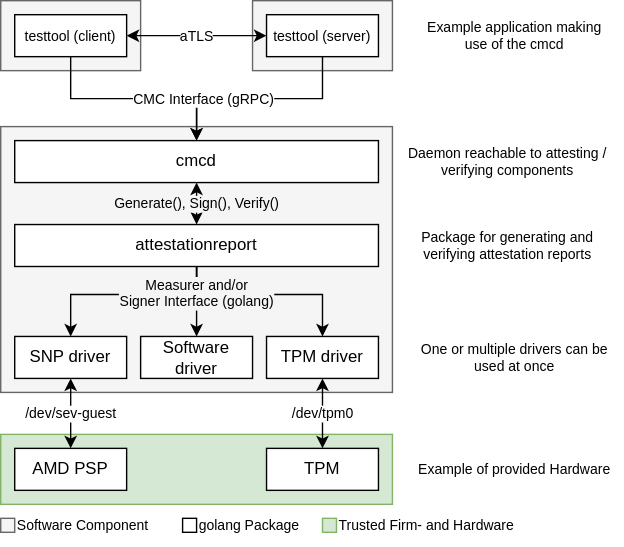
This is doc/architecture.drawio.svg from Fraunhofer-AISEC/cmc, a draw.io export, as it was before one commit. Source tidied: cells renumbered, new cells last; positions are measured from the earlier drawing's top-left corner, leaving out a move shared by most shapes. The source it was exported from:
```xml
<mxGraphModel>
  <root>
    <mxCell id="0" />
    <mxCell id="1" parent="0" />
    <mxCell id="2" style="rounded=0;whiteSpace=wrap;html=1;fontSize=10;fillColor=#d5e8d4;strokeColor=#82b366;" parent="1" vertex="1">
      <mxGeometry y="310" width="280" height="50" as="geometry" />
    </mxCell>
    <mxCell id="3" style="rounded=0;whiteSpace=wrap;html=1;fontSize=10;fillColor=#f5f5f5;fontColor=#333333;strokeColor=#666666;" parent="1" vertex="1">
      <mxGeometry width="100" height="50" as="geometry" />
    </mxCell>
    <mxCell id="4" style="rounded=0;whiteSpace=wrap;html=1;fontSize=10;fillColor=#f5f5f5;fontColor=#333333;strokeColor=#666666;" parent="1" vertex="1">
      <mxGeometry x="180" width="100" height="50" as="geometry" />
    </mxCell>
    <mxCell id="5" style="rounded=0;whiteSpace=wrap;html=1;fontSize=10;fillColor=#f5f5f5;fontColor=#333333;strokeColor=#666666;" parent="1" vertex="1">
      <mxGeometry y="90" width="280" height="190" as="geometry" />
    </mxCell>
    <mxCell id="6" style="edgeStyle=orthogonalEdgeStyle;rounded=0;jettySize=auto;html=1;exitX=0.5;exitY=1;exitDx=0;exitDy=0;entryX=0.5;entryY=0;entryDx=0;entryDy=0;" parent="1" edge="1" source="24" target="12">
      <mxGeometry relative="1" as="geometry" />
    </mxCell>
    <mxCell id="7" style="edgeStyle=orthogonalEdgeStyle;rounded=0;jettySize=auto;html=1;exitX=0.5;exitY=1;exitDx=0;exitDy=0;entryX=0.5;entryY=0;entryDx=0;entryDy=0;" parent="1" edge="1" source="24" target="14">
      <mxGeometry relative="1" as="geometry">
        <Array as="points">
          <mxPoint x="140" y="210" />
          <mxPoint x="230" y="210" />
        </Array>
      </mxGeometry>
    </mxCell>
    <mxCell id="8" value="Generate(), Sign(), Verify()" style="edgeStyle=orthogonalEdgeStyle;rounded=0;jettySize=auto;html=1;exitX=0.5;exitY=1;exitDx=0;exitDy=0;entryX=0.5;entryY=0;entryDx=0;entryDy=0;fontSize=10;startArrow=classic;startFill=1;labelBackgroundColor=#F5F5F5;" parent="1" edge="1" source="9" target="24">
      <mxGeometry relative="1" as="geometry" />
    </mxCell>
    <mxCell id="9" value="cmcd" style="rounded=0;whiteSpace=wrap;html=1;" parent="1" vertex="1">
      <mxGeometry x="10" y="100" width="260" height="30" as="geometry" />
    </mxCell>
    <mxCell id="10" value="/dev/sev-guest" style="edgeStyle=orthogonalEdgeStyle;rounded=0;jettySize=auto;html=1;exitX=0.5;exitY=1;exitDx=0;exitDy=0;entryX=0.5;entryY=0;entryDx=0;entryDy=0;labelBackgroundColor=#FFFFFF;fontSize=10;startArrow=classic;startFill=1;" parent="1" edge="1" source="11" target="30">
      <mxGeometry relative="1" as="geometry" />
    </mxCell>
    <mxCell id="11" value="SNP driver" style="rounded=0;whiteSpace=wrap;html=1;" parent="1" vertex="1">
      <mxGeometry x="10" y="240" width="80" height="30" as="geometry" />
    </mxCell>
    <mxCell id="12" value="Software driver" style="rounded=0;whiteSpace=wrap;html=1;" parent="1" vertex="1">
      <mxGeometry x="100" y="240" width="80" height="30" as="geometry" />
    </mxCell>
    <mxCell id="13" value="/dev/tpm0" style="edgeStyle=orthogonalEdgeStyle;rounded=0;jettySize=auto;html=1;exitX=0.5;exitY=1;exitDx=0;exitDy=0;entryX=0.5;entryY=0;entryDx=0;entryDy=0;labelBackgroundColor=#FFFFFF;fontSize=10;startArrow=classic;startFill=1;" parent="1" edge="1" source="14" target="29">
      <mxGeometry relative="1" as="geometry" />
    </mxCell>
    <mxCell id="14" value="TPM driver" style="rounded=0;whiteSpace=wrap;html=1;" parent="1" vertex="1">
      <mxGeometry x="190" y="240" width="80" height="30" as="geometry" />
    </mxCell>
    <mxCell id="15" value="One or multiple drivers can be used at once" style="text;html=1;strokeColor=none;fillColor=none;align=center;verticalAlign=middle;whiteSpace=wrap;rounded=0;fontSize=10;" parent="1" vertex="1">
      <mxGeometry x="290" y="240" width="155" height="30" as="geometry" />
    </mxCell>
    <mxCell id="16" style="edgeStyle=orthogonalEdgeStyle;rounded=0;jettySize=auto;html=1;exitX=0.5;exitY=1;exitDx=0;exitDy=0;entryX=0.5;entryY=0;entryDx=0;entryDy=0;fontSize=10;" parent="1" edge="1" source="18" target="9">
      <mxGeometry relative="1" as="geometry" />
    </mxCell>
    <mxCell id="17" value="aTLS" style="edgeStyle=orthogonalEdgeStyle;rounded=0;jettySize=auto;html=1;exitX=1;exitY=0.5;exitDx=0;exitDy=0;entryX=0;entryY=0.5;entryDx=0;entryDy=0;fontSize=10;startArrow=classic;startFill=1;" parent="1" edge="1" source="18" target="19">
      <mxGeometry relative="1" as="geometry" />
    </mxCell>
    <mxCell id="18" value="testtool (client)" style="rounded=0;whiteSpace=wrap;html=1;fontSize=10;" parent="1" vertex="1">
      <mxGeometry x="10" y="10" width="80" height="30" as="geometry" />
    </mxCell>
    <mxCell id="19" value="testtool (server)" style="rounded=0;whiteSpace=wrap;html=1;fontSize=10;" parent="1" vertex="1">
      <mxGeometry x="190" y="10" width="80" height="30" as="geometry" />
    </mxCell>
    <mxCell id="20" value="CMC Interface (gRPC)" style="edgeStyle=orthogonalEdgeStyle;rounded=0;jettySize=auto;html=1;exitX=0.5;exitY=1;exitDx=0;exitDy=0;entryX=0.5;entryY=0;entryDx=0;entryDy=0;fontSize=10;" parent="1" edge="1" source="19" target="9">
      <mxGeometry x="0.54" relative="1" as="geometry" />
    </mxCell>
    <mxCell id="21" value="Daemon reachable to attesting / verifying components" style="text;html=1;strokeColor=none;fillColor=none;align=center;verticalAlign=middle;whiteSpace=wrap;rounded=0;fontSize=10;" parent="1" vertex="1">
      <mxGeometry x="290" y="100" width="145" height="30" as="geometry" />
    </mxCell>
    <mxCell id="22" value="Example application making use of the cmcd" style="text;html=1;strokeColor=none;fillColor=none;align=center;verticalAlign=middle;whiteSpace=wrap;rounded=0;fontSize=10;" parent="1" vertex="1">
      <mxGeometry x="295" y="10" width="145" height="30" as="geometry" />
    </mxCell>
    <mxCell id="23" value="&lt;div style=&quot;font-size: 10px;&quot;&gt;&lt;font style=&quot;font-size: 10px;&quot;&gt;Measurer and/or &lt;br style=&quot;font-size: 10px;&quot;&gt;&lt;/font&gt;&lt;/div&gt;&lt;div style=&quot;font-size: 10px;&quot;&gt;&lt;font style=&quot;font-size: 10px;&quot;&gt;Signer Interface (golang)&lt;br style=&quot;font-size: 10px;&quot;&gt;&lt;/font&gt;&lt;/div&gt;" style="edgeStyle=orthogonalEdgeStyle;rounded=0;jettySize=auto;html=1;exitX=0.5;exitY=1;exitDx=0;exitDy=0;fontSize=10;labelBackgroundColor=#F5F5F5;" parent="1" edge="1" source="24" target="11">
      <mxGeometry x="-0.73" relative="1" as="geometry">
        <Array as="points">
          <mxPoint x="140" y="210" />
          <mxPoint x="50" y="210" />
        </Array>
      </mxGeometry>
    </mxCell>
    <mxCell id="24" value="attestationreport" style="rounded=0;whiteSpace=wrap;html=1;" parent="1" vertex="1">
      <mxGeometry x="10" y="160" width="260" height="30" as="geometry" />
    </mxCell>
    <mxCell id="25" style="rounded=0;whiteSpace=wrap;html=1;fontSize=10;fillColor=#f5f5f5;fontColor=#333333;strokeColor=#666666;" parent="1" vertex="1">
      <mxGeometry y="370" width="10" height="10" as="geometry" />
    </mxCell>
    <mxCell id="26" value="Software Component" style="text;html=1;strokeColor=none;fillColor=none;align=left;verticalAlign=middle;whiteSpace=wrap;rounded=0;fontSize=10;" parent="1" vertex="1">
      <mxGeometry x="10" y="360" width="100" height="30" as="geometry" />
    </mxCell>
    <mxCell id="27" style="rounded=0;whiteSpace=wrap;html=1;fontSize=10;" parent="1" vertex="1">
      <mxGeometry x="130" y="370" width="10" height="10" as="geometry" />
    </mxCell>
    <mxCell id="28" value="golang Package" style="text;html=1;strokeColor=none;fillColor=none;align=left;verticalAlign=middle;whiteSpace=wrap;rounded=0;fontSize=10;" parent="1" vertex="1">
      <mxGeometry x="140" y="360" width="80" height="30" as="geometry" />
    </mxCell>
    <mxCell id="29" value="TPM" style="rounded=0;whiteSpace=wrap;html=1;" parent="1" vertex="1">
      <mxGeometry x="190" y="320" width="80" height="30" as="geometry" />
    </mxCell>
    <mxCell id="30" value="AMD PSP" style="rounded=0;whiteSpace=wrap;html=1;" parent="1" vertex="1">
      <mxGeometry x="10" y="320" width="80" height="30" as="geometry" />
    </mxCell>
    <mxCell id="31" style="rounded=0;whiteSpace=wrap;html=1;fontSize=10;fillColor=#d5e8d4;strokeColor=#82b366;" parent="1" vertex="1">
      <mxGeometry x="230" y="370" width="10" height="10" as="geometry" />
    </mxCell>
    <mxCell id="32" value="Trusted Firm- and Hardware" style="text;html=1;strokeColor=none;fillColor=none;align=left;verticalAlign=middle;whiteSpace=wrap;rounded=0;fontSize=10;" parent="1" vertex="1">
      <mxGeometry x="240" y="360" width="130" height="30" as="geometry" />
    </mxCell>
    <mxCell id="33" value="Package for generating and verifying attestation reports" style="text;html=1;strokeColor=none;fillColor=none;align=center;verticalAlign=middle;whiteSpace=wrap;rounded=0;fontSize=10;" parent="1" vertex="1">
      <mxGeometry x="290" y="160" width="145" height="30" as="geometry" />
    </mxCell>
    <mxCell id="34" value="Example of provided Hardware" style="text;html=1;strokeColor=none;fillColor=none;align=center;verticalAlign=middle;whiteSpace=wrap;rounded=0;fontSize=10;" parent="1" vertex="1">
      <mxGeometry x="290" y="320" width="155" height="30" as="geometry" />
    </mxCell>
  </root>
</mxGraphModel>
```
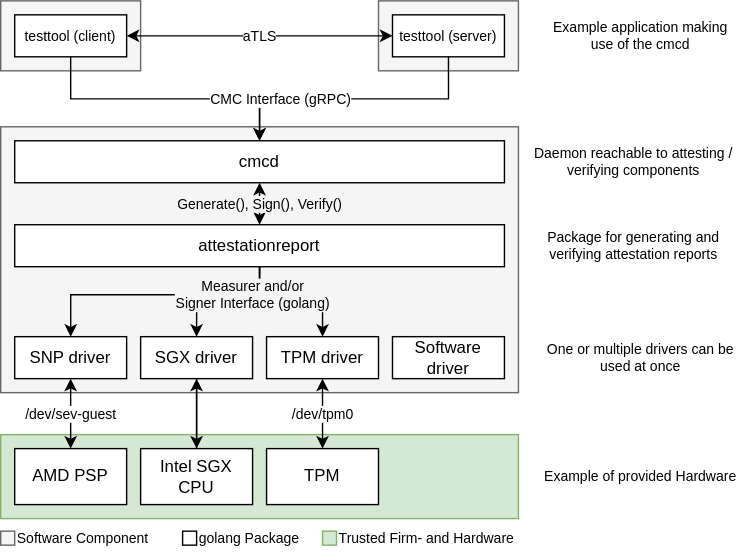
After the change.

The edit, as a diff of the source:
```diff
@@ -3,16 +3,16 @@
     <mxCell id="0" />
     <mxCell id="1" parent="0" />
     <mxCell id="2" style="rounded=0;whiteSpace=wrap;html=1;fontSize=10;fillColor=#d5e8d4;strokeColor=#82b366;" parent="1" vertex="1">
-      <mxGeometry y="310" width="280" height="50" as="geometry" />
+      <mxGeometry y="310" width="370" height="60" as="geometry" />
     </mxCell>
     <mxCell id="3" style="rounded=0;whiteSpace=wrap;html=1;fontSize=10;fillColor=#f5f5f5;fontColor=#333333;strokeColor=#666666;" parent="1" vertex="1">
       <mxGeometry width="100" height="50" as="geometry" />
     </mxCell>
     <mxCell id="4" style="rounded=0;whiteSpace=wrap;html=1;fontSize=10;fillColor=#f5f5f5;fontColor=#333333;strokeColor=#666666;" parent="1" vertex="1">
-      <mxGeometry x="180" width="100" height="50" as="geometry" />
+      <mxGeometry x="270" width="100" height="50" as="geometry" />
     </mxCell>
     <mxCell id="5" style="rounded=0;whiteSpace=wrap;html=1;fontSize=10;fillColor=#f5f5f5;fontColor=#333333;strokeColor=#666666;" parent="1" vertex="1">
-      <mxGeometry y="90" width="280" height="190" as="geometry" />
+      <mxGeometry y="90" width="370" height="190" as="geometry" />
     </mxCell>
     <mxCell id="6" style="edgeStyle=orthogonalEdgeStyle;rounded=0;jettySize=auto;html=1;exitX=0.5;exitY=1;exitDx=0;exitDy=0;entryX=0.5;entryY=0;entryDx=0;entryDy=0;" parent="1" edge="1" source="24" target="12">
       <mxGeometry relative="1" as="geometry" />
@@ -20,7 +20,7 @@
     <mxCell id="7" style="edgeStyle=orthogonalEdgeStyle;rounded=0;jettySize=auto;html=1;exitX=0.5;exitY=1;exitDx=0;exitDy=0;entryX=0.5;entryY=0;entryDx=0;entryDy=0;" parent="1" edge="1" source="24" target="14">
       <mxGeometry relative="1" as="geometry">
         <Array as="points">
-          <mxPoint x="140" y="210" />
+          <mxPoint x="185" y="210" />
           <mxPoint x="230" y="210" />
         </Array>
       </mxGeometry>
@@ -29,7 +29,7 @@
       <mxGeometry relative="1" as="geometry" />
     </mxCell>
     <mxCell id="9" value="cmcd" style="rounded=0;whiteSpace=wrap;html=1;" parent="1" vertex="1">
-      <mxGeometry x="10" y="100" width="260" height="30" as="geometry" />
+      <mxGeometry x="10" y="100" width="350" height="30" as="geometry" />
     </mxCell>
     <mxCell id="10" value="/dev/sev-guest" style="edgeStyle=orthogonalEdgeStyle;rounded=0;jettySize=auto;html=1;exitX=0.5;exitY=1;exitDx=0;exitDy=0;entryX=0.5;entryY=0;entryDx=0;entryDy=0;labelBackgroundColor=#FFFFFF;fontSize=10;startArrow=classic;startFill=1;" parent="1" edge="1" source="11" target="30">
       <mxGeometry relative="1" as="geometry" />
@@ -37,7 +37,10 @@
     <mxCell id="11" value="SNP driver" style="rounded=0;whiteSpace=wrap;html=1;" parent="1" vertex="1">
       <mxGeometry x="10" y="240" width="80" height="30" as="geometry" />
     </mxCell>
+    <mxCell id="35" style="edgeStyle=orthogonalEdgeStyle;rounded=0;jettySize=auto;html=1;exitX=0.5;exitY=1;exitDx=0;exitDy=0;entryX=0.5;entryY=0;entryDx=0;entryDy=0;" parent="1" edge="1" source="12" target="37">
+      <mxGeometry relative="1" as="geometry" />
+    </mxCell>
-    <mxCell id="12" value="Software driver" style="rounded=0;whiteSpace=wrap;html=1;" parent="1" vertex="1">
+    <mxCell id="12" value="SGX driver" style="rounded=0;whiteSpace=wrap;html=1;" parent="1" vertex="1">
       <mxGeometry x="100" y="240" width="80" height="30" as="geometry" />
     </mxCell>
     <mxCell id="13" value="/dev/tpm0" style="edgeStyle=orthogonalEdgeStyle;rounded=0;jettySize=auto;html=1;exitX=0.5;exitY=1;exitDx=0;exitDy=0;entryX=0.5;entryY=0;entryDx=0;entryDy=0;labelBackgroundColor=#FFFFFF;fontSize=10;startArrow=classic;startFill=1;" parent="1" edge="1" source="14" target="29">
@@ -47,7 +50,7 @@
       <mxGeometry x="190" y="240" width="80" height="30" as="geometry" />
     </mxCell>
     <mxCell id="15" value="One or multiple drivers can be used at once" style="text;html=1;strokeColor=none;fillColor=none;align=center;verticalAlign=middle;whiteSpace=wrap;rounded=0;fontSize=10;" parent="1" vertex="1">
-      <mxGeometry x="290" y="240" width="155" height="30" as="geometry" />
+      <mxGeometry x="380" y="240" width="155" height="30" as="geometry" />
     </mxCell>
     <mxCell id="16" style="edgeStyle=orthogonalEdgeStyle;rounded=0;jettySize=auto;html=1;exitX=0.5;exitY=1;exitDx=0;exitDy=0;entryX=0.5;entryY=0;entryDx=0;entryDy=0;fontSize=10;" parent="1" edge="1" source="18" target="9">
       <mxGeometry relative="1" as="geometry" />
@@ -59,57 +62,66 @@
       <mxGeometry x="10" y="10" width="80" height="30" as="geometry" />
     </mxCell>
     <mxCell id="19" value="testtool (server)" style="rounded=0;whiteSpace=wrap;html=1;fontSize=10;" parent="1" vertex="1">
-      <mxGeometry x="190" y="10" width="80" height="30" as="geometry" />
+      <mxGeometry x="280" y="10" width="80" height="30" as="geometry" />
     </mxCell>
     <mxCell id="20" value="CMC Interface (gRPC)" style="edgeStyle=orthogonalEdgeStyle;rounded=0;jettySize=auto;html=1;exitX=0.5;exitY=1;exitDx=0;exitDy=0;entryX=0.5;entryY=0;entryDx=0;entryDy=0;fontSize=10;" parent="1" edge="1" source="19" target="9">
       <mxGeometry x="0.54" relative="1" as="geometry" />
     </mxCell>
     <mxCell id="21" value="Daemon reachable to attesting / verifying components" style="text;html=1;strokeColor=none;fillColor=none;align=center;verticalAlign=middle;whiteSpace=wrap;rounded=0;fontSize=10;" parent="1" vertex="1">
-      <mxGeometry x="290" y="100" width="145" height="30" as="geometry" />
+      <mxGeometry x="380" y="100" width="145" height="30" as="geometry" />
     </mxCell>
     <mxCell id="22" value="Example application making use of the cmcd" style="text;html=1;strokeColor=none;fillColor=none;align=center;verticalAlign=middle;whiteSpace=wrap;rounded=0;fontSize=10;" parent="1" vertex="1">
-      <mxGeometry x="295" y="10" width="145" height="30" as="geometry" />
+      <mxGeometry x="385" y="10" width="145" height="30" as="geometry" />
     </mxCell>
     <mxCell id="23" value="&lt;div style=&quot;font-size: 10px;&quot;&gt;&lt;font style=&quot;font-size: 10px;&quot;&gt;Measurer and/or &lt;br style=&quot;font-size: 10px;&quot;&gt;&lt;/font&gt;&lt;/div&gt;&lt;div style=&quot;font-size: 10px;&quot;&gt;&lt;font style=&quot;font-size: 10px;&quot;&gt;Signer Interface (golang)&lt;br style=&quot;font-size: 10px;&quot;&gt;&lt;/font&gt;&lt;/div&gt;" style="edgeStyle=orthogonalEdgeStyle;rounded=0;jettySize=auto;html=1;exitX=0.5;exitY=1;exitDx=0;exitDy=0;fontSize=10;labelBackgroundColor=#F5F5F5;" parent="1" edge="1" source="24" target="11">
       <mxGeometry x="-0.73" relative="1" as="geometry">
         <Array as="points">
-          <mxPoint x="140" y="210" />
+          <mxPoint x="185" y="210" />
           <mxPoint x="50" y="210" />
         </Array>
       </mxGeometry>
     </mxCell>
     <mxCell id="24" value="attestationreport" style="rounded=0;whiteSpace=wrap;html=1;" parent="1" vertex="1">
-      <mxGeometry x="10" y="160" width="260" height="30" as="geometry" />
+      <mxGeometry x="10" y="160" width="350" height="30" as="geometry" />
     </mxCell>
     <mxCell id="25" style="rounded=0;whiteSpace=wrap;html=1;fontSize=10;fillColor=#f5f5f5;fontColor=#333333;strokeColor=#666666;" parent="1" vertex="1">
-      <mxGeometry y="370" width="10" height="10" as="geometry" />
+      <mxGeometry y="379" width="10" height="10" as="geometry" />
     </mxCell>
     <mxCell id="26" value="Software Component" style="text;html=1;strokeColor=none;fillColor=none;align=left;verticalAlign=middle;whiteSpace=wrap;rounded=0;fontSize=10;" parent="1" vertex="1">
-      <mxGeometry x="10" y="360" width="100" height="30" as="geometry" />
+      <mxGeometry x="10" y="369" width="100" height="30" as="geometry" />
     </mxCell>
     <mxCell id="27" style="rounded=0;whiteSpace=wrap;html=1;fontSize=10;" parent="1" vertex="1">
-      <mxGeometry x="130" y="370" width="10" height="10" as="geometry" />
+      <mxGeometry x="130" y="379" width="10" height="10" as="geometry" />
     </mxCell>
     <mxCell id="28" value="golang Package" style="text;html=1;strokeColor=none;fillColor=none;align=left;verticalAlign=middle;whiteSpace=wrap;rounded=0;fontSize=10;" parent="1" vertex="1">
-      <mxGeometry x="140" y="360" width="80" height="30" as="geometry" />
+      <mxGeometry x="140" y="369" width="80" height="30" as="geometry" />
     </mxCell>
     <mxCell id="29" value="TPM" style="rounded=0;whiteSpace=wrap;html=1;" parent="1" vertex="1">
-      <mxGeometry x="190" y="320" width="80" height="30" as="geometry" />
+      <mxGeometry x="190" y="320" width="80" height="40" as="geometry" />
     </mxCell>
     <mxCell id="30" value="AMD PSP" style="rounded=0;whiteSpace=wrap;html=1;" parent="1" vertex="1">
-      <mxGeometry x="10" y="320" width="80" height="30" as="geometry" />
+      <mxGeometry x="10" y="320" width="80" height="40" as="geometry" />
     </mxCell>
     <mxCell id="31" style="rounded=0;whiteSpace=wrap;html=1;fontSize=10;fillColor=#d5e8d4;strokeColor=#82b366;" parent="1" vertex="1">
-      <mxGeometry x="230" y="370" width="10" height="10" as="geometry" />
+      <mxGeometry x="230" y="379" width="10" height="10" as="geometry" />
     </mxCell>
     <mxCell id="32" value="Trusted Firm- and Hardware" style="text;html=1;strokeColor=none;fillColor=none;align=left;verticalAlign=middle;whiteSpace=wrap;rounded=0;fontSize=10;" parent="1" vertex="1">
-      <mxGeometry x="240" y="360" width="130" height="30" as="geometry" />
+      <mxGeometry x="240" y="369" width="130" height="30" as="geometry" />
     </mxCell>
     <mxCell id="33" value="Package for generating and verifying attestation reports" style="text;html=1;strokeColor=none;fillColor=none;align=center;verticalAlign=middle;whiteSpace=wrap;rounded=0;fontSize=10;" parent="1" vertex="1">
-      <mxGeometry x="290" y="160" width="145" height="30" as="geometry" />
+      <mxGeometry x="380" y="160" width="145" height="30" as="geometry" />
     </mxCell>
     <mxCell id="34" value="Example of provided Hardware" style="text;html=1;strokeColor=none;fillColor=none;align=center;verticalAlign=middle;whiteSpace=wrap;rounded=0;fontSize=10;" parent="1" vertex="1">
-      <mxGeometry x="290" y="320" width="155" height="30" as="geometry" />
+      <mxGeometry x="380" y="325" width="155" height="30" as="geometry" />
     </mxCell>
+    <mxCell id="36" style="edgeStyle=orthogonalEdgeStyle;rounded=0;jettySize=auto;html=1;exitX=0.5;exitY=0;exitDx=0;exitDy=0;entryX=0.5;entryY=1;entryDx=0;entryDy=0;" parent="1" edge="1" source="37" target="12">
+      <mxGeometry relative="1" as="geometry" />
+    </mxCell>
+    <mxCell id="37" value="Intel SGX CPU" style="rounded=0;whiteSpace=wrap;html=1;" parent="1" vertex="1">
+      <mxGeometry x="100" y="320" width="80" height="40" as="geometry" />
+    </mxCell>
+    <mxCell id="38" value="Software driver" style="rounded=0;whiteSpace=wrap;html=1;" parent="1" vertex="1">
+      <mxGeometry x="280" y="240" width="80" height="30" as="geometry" />
+    </mxCell>
   </root>
 </mxGraphModel>
```
